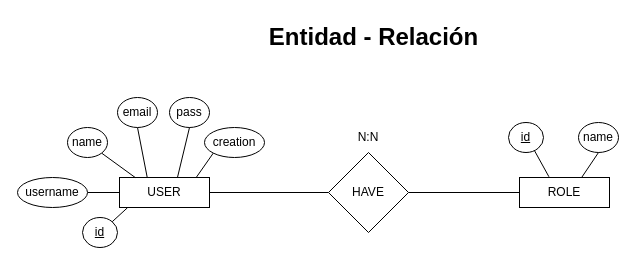
TAXO-GG/Public keeps this draw.io diagram as Backend/relational-database-diagram.drawio. Above is the earlier version. Source tidied: cells renumbered, new cells numbered last; positions are measured from the earlier drawing's top-left corner, leaving out a move shared by most shapes. Both pictures are drawn from the tidied source at 100%, with x=0, y=0 at pixel (17, 17).
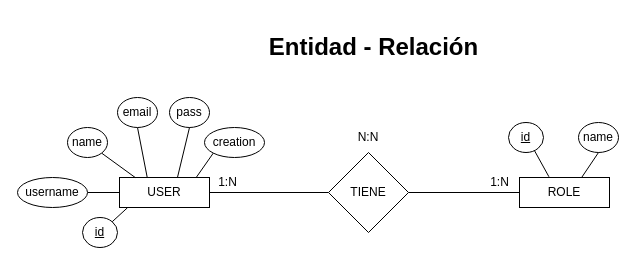
Above is the later version.

Diff of the diagram source:
```diff
@@
-    <mxCell id="18" value="HAVE" style="rhombus;whiteSpace=wrap;html=1;" parent="1" vertex="1">
+    <mxCell id="18" value="TIENE" style="rhombus;whiteSpace=wrap;html=1;" parent="1" vertex="1">
       <mxGeometry x="311" y="135" width="80" height="80" as="geometry" />
     </mxCell>
@@
     <mxCell id="23" value="Entidad - Relación" style="text;strokeColor=none;fillColor=none;html=1;fontSize=24;fontStyle=1;verticalAlign=middle;align=center;" parent="1" vertex="1">
-      <mxGeometry x="221" width="270" height="40" as="geometry" />
+      <mxGeometry x="221" y="10" width="270" height="40" as="geometry" />
     </mxCell>
@@
+    <mxCell id="25" value="1:N" style="text;html=1;align=center;verticalAlign=middle;strokeColor=none;fillColor=none;" parent="1" vertex="1">
+      <mxGeometry x="190" y="150" width="40" height="30" as="geometry" />
+    </mxCell>
+    <mxCell id="26" value="1:N" style="text;html=1;align=center;verticalAlign=middle;strokeColor=none;fillColor=none;" parent="1" vertex="1">
+      <mxGeometry x="462" y="150" width="40" height="30" as="geometry" />
+    </mxCell>
```
